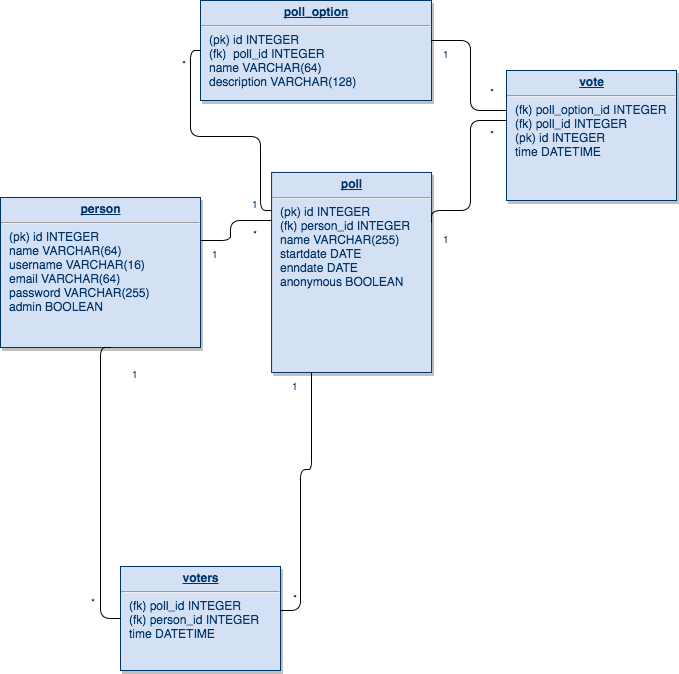
Above: doc/Relaatiotietokantakaavio.png in rrrkkk/Tsoha-Bootstrap (draw.io), before the change. Source tidied: cells renumbered, new cells last; positions are measured from the earlier drawing's top-left corner, leaving out a move shared by most shapes.
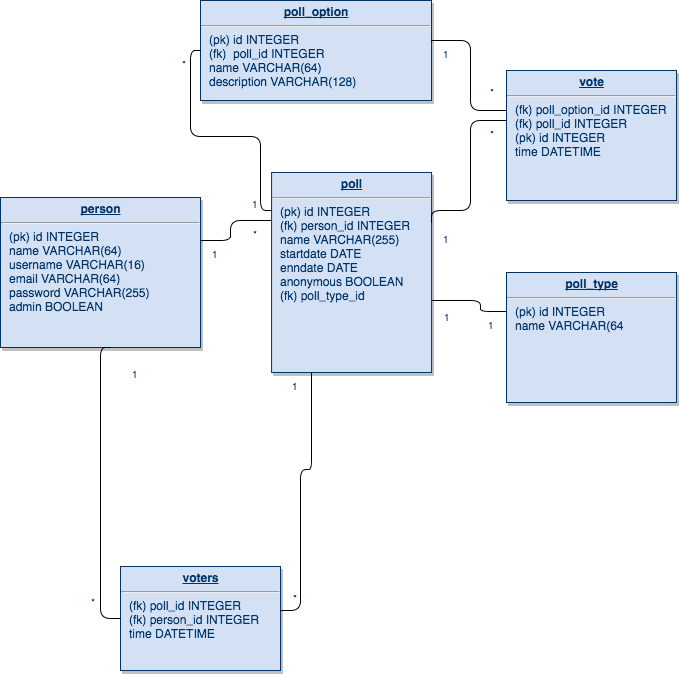
After the commit.

The edit, as a diff of the source:
```diff
@@ -11,7 +11,7 @@
     <mxCell id="4" value="&lt;p style=&quot;margin: 0px ; margin-top: 4px ; text-align: center ; text-decoration: underline&quot;&gt;&lt;b&gt;person&lt;/b&gt;&lt;/p&gt;&lt;hr&gt;&lt;p style=&quot;margin: 0px ; margin-left: 8px&quot;&gt;(pk) id INTEGER&lt;/p&gt;&lt;p style=&quot;margin: 0px ; margin-left: 8px&quot;&gt;name VARCHAR(64)&lt;/p&gt;&lt;p style=&quot;margin: 0px ; margin-left: 8px&quot;&gt;username VARCHAR(16)&lt;/p&gt;&lt;p style=&quot;margin: 0px ; margin-left: 8px&quot;&gt;email VARCHAR(64)&lt;/p&gt;&lt;p style=&quot;margin: 0px ; margin-left: 8px&quot;&gt;password VARCHAR(255)&lt;/p&gt;&lt;p style=&quot;margin: 0px ; margin-left: 8px&quot;&gt;admin BOOLEAN&lt;/p&gt;&lt;p style=&quot;margin: 0px ; margin-left: 8px&quot;&gt;&lt;br&gt;&lt;/p&gt;&lt;p style=&quot;margin: 0px ; margin-left: 8px&quot;&gt;&lt;br&gt;&lt;/p&gt;" style="verticalAlign=top;align=left;overflow=fill;fontSize=12;fontFamily=Helvetica;html=1;strokeColor=#003366;shadow=1;fillColor=#D4E1F5;fontColor=#003366;" parent="1" vertex="1">
       <mxGeometry y="197" width="200" height="150" as="geometry" />
     </mxCell>
-    <mxCell id="5" value="&lt;p style=&quot;margin: 0px ; margin-top: 4px ; text-align: center ; text-decoration: underline&quot;&gt;&lt;b&gt;poll&lt;/b&gt;&lt;/p&gt;&lt;hr&gt;&lt;p style=&quot;margin: 0px ; margin-left: 8px&quot;&gt;&lt;span&gt;(pk) id INTEGER&lt;/span&gt;&lt;/p&gt;&lt;p style=&quot;margin: 0px ; margin-left: 8px&quot;&gt;&lt;span&gt;(fk) person_id INTEGER&lt;/span&gt;&lt;/p&gt;&lt;p style=&quot;margin: 0px ; margin-left: 8px&quot;&gt;&lt;span&gt;name VARCHAR(255)&lt;/span&gt;&lt;/p&gt;&lt;p style=&quot;margin: 0px ; margin-left: 8px&quot;&gt;startdate DATE&lt;/p&gt;&lt;p style=&quot;margin: 0px ; margin-left: 8px&quot;&gt;enndate DATE&lt;/p&gt;&lt;p style=&quot;margin: 0px ; margin-left: 8px&quot;&gt;anonymous BOOLEAN&lt;/p&gt;" style="verticalAlign=top;align=left;overflow=fill;fontSize=12;fontFamily=Helvetica;html=1;strokeColor=#003366;shadow=1;fillColor=#D4E1F5;fontColor=#003366;" parent="1" vertex="1">
+    <mxCell id="5" value="&lt;p style=&quot;margin: 0px ; margin-top: 4px ; text-align: center ; text-decoration: underline&quot;&gt;&lt;b&gt;poll&lt;/b&gt;&lt;/p&gt;&lt;hr&gt;&lt;p style=&quot;margin: 0px ; margin-left: 8px&quot;&gt;&lt;span&gt;(pk) id INTEGER&lt;/span&gt;&lt;/p&gt;&lt;p style=&quot;margin: 0px ; margin-left: 8px&quot;&gt;&lt;span&gt;(fk) person_id INTEGER&lt;/span&gt;&lt;/p&gt;&lt;p style=&quot;margin: 0px ; margin-left: 8px&quot;&gt;&lt;span&gt;name VARCHAR(255)&lt;/span&gt;&lt;/p&gt;&lt;p style=&quot;margin: 0px ; margin-left: 8px&quot;&gt;startdate DATE&lt;/p&gt;&lt;p style=&quot;margin: 0px ; margin-left: 8px&quot;&gt;enndate DATE&lt;/p&gt;&lt;p style=&quot;margin: 0px ; margin-left: 8px&quot;&gt;anonymous BOOLEAN&lt;/p&gt;&lt;p style=&quot;margin: 0px ; margin-left: 8px&quot;&gt;(fk) poll_type_id&lt;/p&gt;" style="verticalAlign=top;align=left;overflow=fill;fontSize=12;fontFamily=Helvetica;html=1;strokeColor=#003366;shadow=1;fillColor=#D4E1F5;fontColor=#003366;" parent="1" vertex="1">
       <mxGeometry x="271.1" y="172" width="160" height="200" as="geometry" />
     </mxCell>
     <mxCell id="6" value="&lt;p style=&quot;margin: 0px ; margin-top: 4px ; text-align: center ; text-decoration: underline&quot;&gt;&lt;b&gt;voters&lt;/b&gt;&lt;/p&gt;&lt;hr&gt;&lt;p style=&quot;margin: 0px ; margin-left: 8px&quot;&gt;(fk) poll_id INTEGER&lt;/p&gt;&lt;p style=&quot;margin: 0px ; margin-left: 8px&quot;&gt;(fk) person_id INTEGER&lt;/p&gt;&lt;p style=&quot;margin: 0px ; margin-left: 8px&quot;&gt;time DATETIME&lt;/p&gt;" style="verticalAlign=top;align=left;overflow=fill;fontSize=12;fontFamily=Helvetica;html=1;strokeColor=#003366;shadow=1;fillColor=#D4E1F5;fontColor=#003366;" parent="1" vertex="1">
@@ -129,5 +129,26 @@
         <mxPoint x="-10" y="-42" as="offset" />
       </mxGeometry>
     </mxCell>
+    <mxCell id="25" value="&lt;p style=&quot;margin: 0px ; margin-top: 4px ; text-align: center ; text-decoration: underline&quot;&gt;&lt;b&gt;poll_type&lt;/b&gt;&lt;/p&gt;&lt;hr&gt;&lt;p style=&quot;margin: 0px ; margin-left: 8px&quot;&gt;(pk) id INTEGER&lt;/p&gt;&lt;p style=&quot;margin: 0px ; margin-left: 8px&quot;&gt;name VARCHAR(64&lt;/p&gt;" style="verticalAlign=top;align=left;overflow=fill;fontSize=12;fontFamily=Helvetica;html=1;strokeColor=#003366;shadow=1;fillColor=#D4E1F5;fontColor=#003366;" parent="1" vertex="1">
+      <mxGeometry x="506" y="272" width="170" height="130" as="geometry" />
+    </mxCell>
+    <mxCell id="26" style="endArrow=none;endSize=12;startArrow=none;startSize=14;startFill=0;edgeStyle=orthogonalEdgeStyle;rounded=1;html=1;endFill=0;entryX=0.001;entryY=0.298;entryPerimeter=0;exitX=1.006;exitY=0.64;exitPerimeter=0;" parent="1" edge="1" source="5" target="25">
+      <mxGeometry x="779.4" y="460" as="geometry">
+        <Array as="points">
+          <mxPoint x="480" y="300" />
+          <mxPoint x="480" y="311" />
+        </Array>
+      </mxGeometry>
+    </mxCell>
+    <mxCell id="27" value="1" style="align=left;verticalAlign=top;labelBackgroundColor=#ffffff;fontSize=10;strokeColor=#003366;shadow=1;fillColor=#D4E1F5;fontColor=#003366;html=1;" parent="26" vertex="1">
+      <mxGeometry x="-1" relative="1" as="geometry">
+        <mxPoint x="8.9" y="3" as="offset" />
+      </mxGeometry>
+    </mxCell>
+    <mxCell id="28" value="1" style="align=right;verticalAlign=top;labelBackgroundColor=#ffffff;fontSize=10;strokeColor=#003366;shadow=1;fillColor=#D4E1F5;fontColor=#003366;html=1;" parent="26" vertex="1">
+      <mxGeometry x="1" relative="1" as="geometry">
+        <mxPoint x="-10" as="offset" />
+      </mxGeometry>
+    </mxCell>
   </root>
 </mxGraphModel>
```
